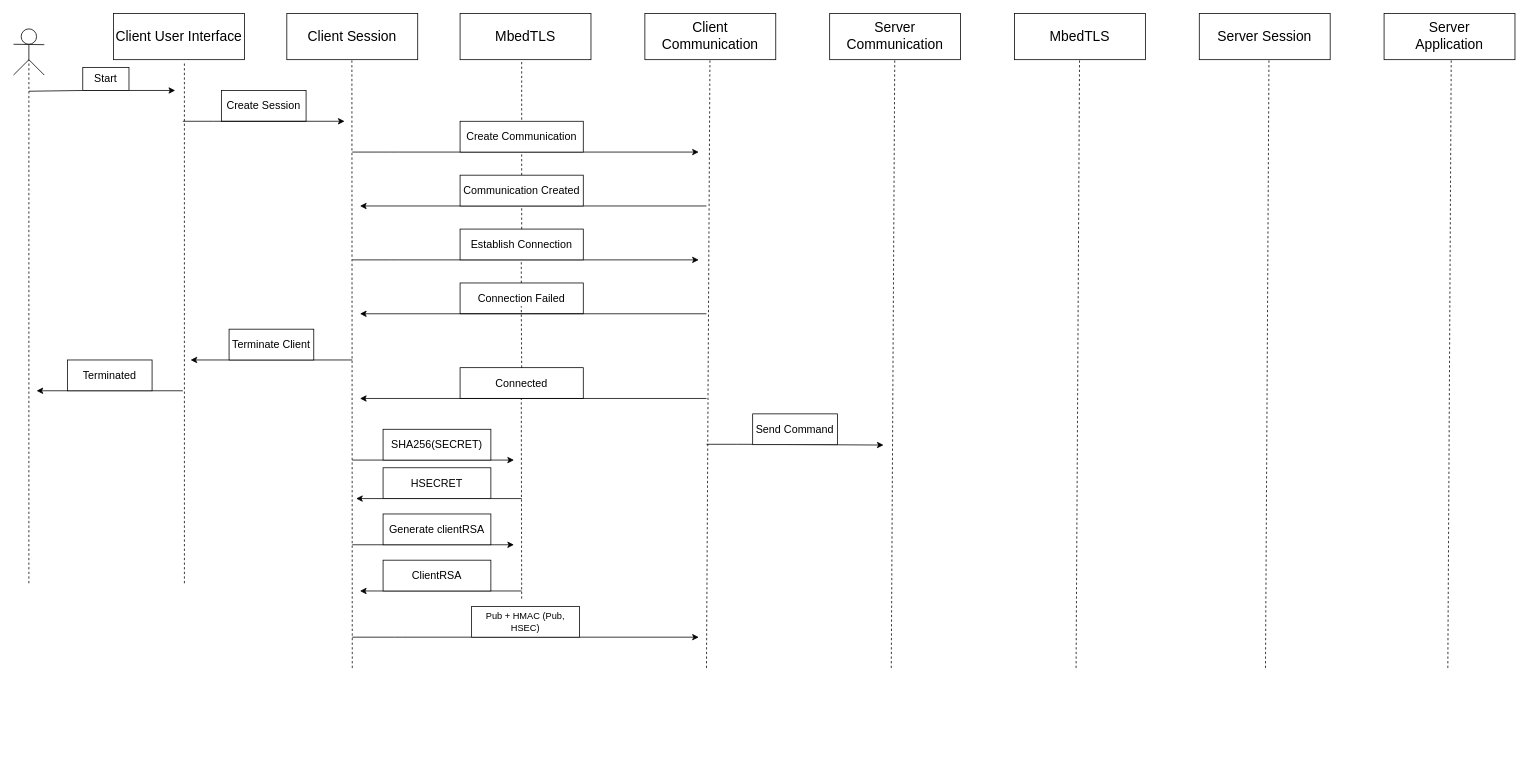
Earlier version of the draw.io diagram docs/sequence_diagram.drawio (Danielkarlsson91/Examination-project). Source tidied: cells renumbered, new cells numbered last; positions are measured from the earlier drawing's top-left corner, leaving out a move shared by most shapes. Both pictures are drawn from the tidied source at 77%, with x=0, y=0 at pixel (13, 13).
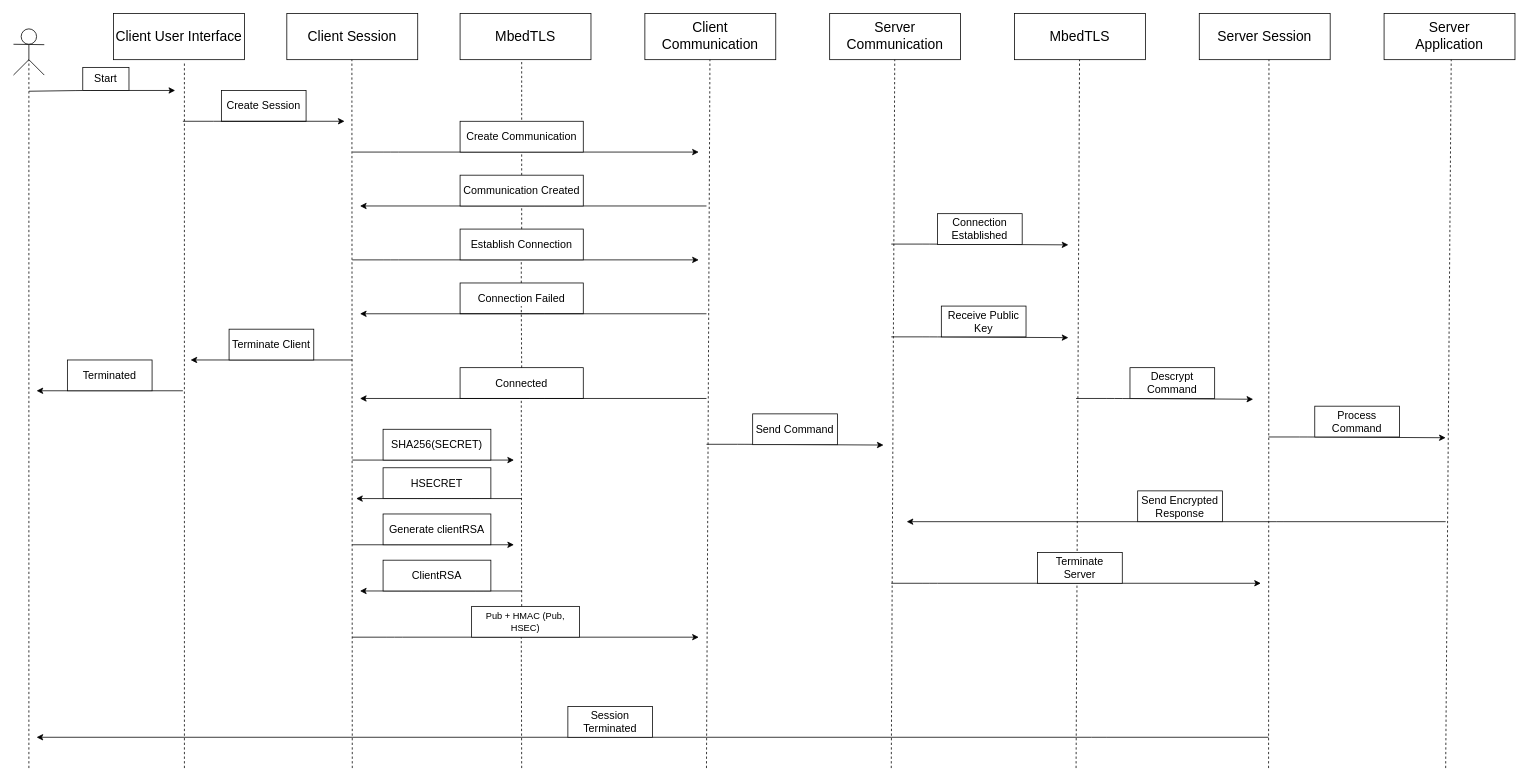
Above is the later version.

Commit message:
Another update with the diagram

Unchanged cells that the change refers to:
```xml
<mxCell id="3" value="&lt;font style=&quot;font-size: 18px;&quot;&gt;Client User Interface&lt;/font&gt;" style="whiteSpace=wrap;html=1;" parent="1" vertex="1">
  <mxGeometry x="130" width="170" height="60" as="geometry" />
</mxCell>
```

The edit, as a diff of the source:
```diff
@@
     <mxCell id="12" style="endArrow=none;dashed=1;html=1;rounded=1;fontSize=14;targetPerimeterSpacing=0;entryX=0.541;entryY=1.033;entryDx=0;entryDy=0;entryPerimeter=0;" parent="1" edge="1" target="3">
       <mxGeometry relative="1" as="geometry">
-        <mxPoint x="222" y="740" as="sourcePoint" />
+        <mxPoint x="222" y="980" as="sourcePoint" />
       </mxGeometry>
     </mxCell>
     <mxCell id="13" style="endArrow=none;dashed=1;html=1;rounded=1;fontSize=14;targetPerimeterSpacing=0;entryX=0.541;entryY=1.033;entryDx=0;entryDy=0;entryPerimeter=0;" parent="1" edge="1">
       <mxGeometry relative="1" as="geometry">
-        <mxPoint x="440" y="850" as="sourcePoint" />
+        <mxPoint x="440" y="980" as="sourcePoint" />
         <mxPoint x="439.5" y="60" as="targetPoint" />
       </mxGeometry>
     </mxCell>
@@
     <mxCell id="15" style="endArrow=none;dashed=1;html=1;rounded=1;fontSize=14;targetPerimeterSpacing=0;entryX=0.541;entryY=1.033;entryDx=0;entryDy=0;entryPerimeter=0;startArrow=none;" parent="1" edge="1">
       <mxGeometry relative="1" as="geometry">
-        <mxPoint x="900" y="850" as="sourcePoint" />
+        <mxPoint x="900" y="980" as="sourcePoint" />
         <mxPoint x="904.5" y="60" as="targetPoint" />
       </mxGeometry>
     </mxCell>
     <mxCell id="16" style="endArrow=none;dashed=1;html=1;rounded=1;fontSize=14;targetPerimeterSpacing=0;entryX=0.541;entryY=1.033;entryDx=0;entryDy=0;entryPerimeter=0;" parent="1" edge="1">
       <mxGeometry relative="1" as="geometry">
-        <mxPoint x="1140" y="850" as="sourcePoint" />
+        <mxPoint x="1140" y="980" as="sourcePoint" />
         <mxPoint x="1144.5" y="60" as="targetPoint" />
       </mxGeometry>
     </mxCell>
     <mxCell id="17" style="endArrow=none;dashed=1;html=1;rounded=1;fontSize=14;targetPerimeterSpacing=0;entryX=0.541;entryY=1.033;entryDx=0;entryDy=0;entryPerimeter=0;" parent="1" edge="1">
       <mxGeometry relative="1" as="geometry">
-        <mxPoint x="1380" y="850" as="sourcePoint" />
+        <mxPoint x="1380" y="980" as="sourcePoint" />
         <mxPoint x="1384.5" y="60" as="targetPoint" />
       </mxGeometry>
     </mxCell>
@@
     <mxCell id="20" style="endArrow=none;dashed=1;html=1;rounded=1;fontSize=14;targetPerimeterSpacing=0;entryX=0.541;entryY=1.033;entryDx=0;entryDy=0;entryPerimeter=0;" parent="1" edge="1">
       <mxGeometry relative="1" as="geometry">
-        <mxPoint x="20" y="740" as="sourcePoint" />
+        <mxPoint x="20" y="980" as="sourcePoint" />
         <mxPoint x="20" y="60" as="targetPoint" />
         <Array as="points">
           <mxPoint x="20" y="340" />
         </Array>
       </mxGeometry>
     </mxCell>
@@
     <mxCell id="51" style="endArrow=none;dashed=1;html=1;" parent="1" edge="1">
       <mxGeometry relative="1" as="geometry">
-        <mxPoint x="660" y="760" as="sourcePoint" />
+        <mxPoint x="660" y="770" as="sourcePoint" />
         <mxPoint x="659.5" y="500" as="targetPoint" />
       </mxGeometry>
     </mxCell>
@@
     <mxCell id="56" style="endArrow=none;dashed=1;html=1;rounded=1;fontSize=14;targetPerimeterSpacing=0;entryX=0.541;entryY=1.033;entryDx=0;entryDy=0;entryPerimeter=0;" parent="1" edge="1">
       <mxGeometry relative="1" as="geometry">
-        <mxPoint x="1626" y="850" as="sourcePoint" />
+        <mxPoint x="1630" y="980" as="sourcePoint" />
         <mxPoint x="1630.5" y="60" as="targetPoint" />
       </mxGeometry>
     </mxCell>
     <mxCell id="57" style="endArrow=none;dashed=1;html=1;rounded=1;fontSize=14;targetPerimeterSpacing=0;entryX=0.541;entryY=1.033;entryDx=0;entryDy=0;entryPerimeter=0;" parent="1" edge="1">
       <mxGeometry relative="1" as="geometry">
-        <mxPoint x="1862.8" y="850" as="sourcePoint" />
+        <mxPoint x="1860" y="980" as="sourcePoint" />
         <mxPoint x="1867.2" y="60" as="targetPoint" />
       </mxGeometry>
     </mxCell>
+    <mxCell id="58" style="edgeStyle=none;html=1;exitX=1;exitY=0.5;exitDx=0;exitDy=0;fontSize=14;" parent="1" edge="1">
+      <mxGeometry relative="1" as="geometry">
+        <mxPoint x="1630" y="550" as="sourcePoint" />
+        <mxPoint x="1860" y="551" as="targetPoint" />
+        <Array as="points">
+          <mxPoint x="1680" y="550" />
+        </Array>
+      </mxGeometry>
+    </mxCell>
+    <mxCell id="59" value="&lt;font style=&quot;font-size: 14px;&quot;&gt;Process Command&lt;/font&gt;" style="whiteSpace=wrap;html=1;" parent="1" vertex="1">
+      <mxGeometry x="1690" y="510" width="110" height="40" as="geometry" />
+    </mxCell>
+    <mxCell id="60" style="edgeStyle=none;html=1;exitX=1;exitY=0.5;exitDx=0;exitDy=0;fontSize=14;" parent="1" edge="1">
+      <mxGeometry relative="1" as="geometry">
+        <mxPoint x="1140" y="299.5" as="sourcePoint" />
+        <mxPoint x="1370" y="300.5" as="targetPoint" />
+        <Array as="points">
+          <mxPoint x="1190" y="299.5" />
+        </Array>
+      </mxGeometry>
+    </mxCell>
+    <mxCell id="61" value="&lt;font style=&quot;font-size: 14px;&quot;&gt;Connection Established&lt;/font&gt;" style="whiteSpace=wrap;html=1;" parent="1" vertex="1">
+      <mxGeometry x="1200" y="260" width="110" height="40" as="geometry" />
+    </mxCell>
+    <mxCell id="62" style="edgeStyle=none;html=1;exitX=1;exitY=0.5;exitDx=0;exitDy=0;fontSize=14;" parent="1" edge="1">
+      <mxGeometry relative="1" as="geometry">
+        <mxPoint x="1380" y="500" as="sourcePoint" />
+        <mxPoint x="1610" y="501" as="targetPoint" />
+        <Array as="points">
+          <mxPoint x="1430" y="500" />
+        </Array>
+      </mxGeometry>
+    </mxCell>
+    <mxCell id="63" value="&lt;font style=&quot;font-size: 14px;&quot;&gt;Descrypt Command&lt;/font&gt;" style="whiteSpace=wrap;html=1;" parent="1" vertex="1">
+      <mxGeometry x="1450" y="460" width="110" height="40" as="geometry" />
+    </mxCell>
+    <mxCell id="64" style="endArrow=classic;html=1;rounded=1;fontSize=14;targetPerimeterSpacing=0;" parent="1" edge="1">
+      <mxGeometry relative="1" as="geometry">
+        <mxPoint x="1860" y="660" as="sourcePoint" />
+        <mxPoint x="1160" y="660" as="targetPoint" />
+        <Array as="points">
+          <mxPoint x="1640" y="660" />
+        </Array>
+      </mxGeometry>
+    </mxCell>
+    <mxCell id="65" value="&lt;font style=&quot;font-size: 14px;&quot;&gt;Send Encrypted Response&lt;/font&gt;" style="whiteSpace=wrap;html=1;" parent="1" vertex="1">
+      <mxGeometry x="1460" y="620" width="110" height="40" as="geometry" />
+    </mxCell>
+    <mxCell id="66" style="edgeStyle=none;html=1;exitX=1;exitY=0.5;exitDx=0;exitDy=0;fontSize=14;" parent="1" edge="1">
+      <mxGeometry relative="1" as="geometry">
+        <mxPoint x="1140" y="740" as="sourcePoint" />
+        <mxPoint x="1620" y="740" as="targetPoint" />
+        <Array as="points">
+          <mxPoint x="1190" y="740" />
+        </Array>
+      </mxGeometry>
+    </mxCell>
+    <mxCell id="67" value="&lt;font style=&quot;font-size: 14px;&quot;&gt;Terminate &lt;br&gt;Server&lt;/font&gt;" style="whiteSpace=wrap;html=1;" parent="1" vertex="1">
+      <mxGeometry x="1330" y="700" width="110" height="40" as="geometry" />
+    </mxCell>
+    <mxCell id="68" style="endArrow=none;dashed=1;html=1;" parent="1" edge="1">
+      <mxGeometry relative="1" as="geometry">
+        <mxPoint x="660" y="980" as="sourcePoint" />
+        <mxPoint x="659.5" y="810" as="targetPoint" />
+      </mxGeometry>
+    </mxCell>
+    <mxCell id="69" style="edgeStyle=none;html=1;exitX=1;exitY=0.5;exitDx=0;exitDy=0;fontSize=14;" parent="1" edge="1">
+      <mxGeometry relative="1" as="geometry">
+        <mxPoint x="1140" y="420" as="sourcePoint" />
+        <mxPoint x="1370" y="421" as="targetPoint" />
+        <Array as="points">
+          <mxPoint x="1190" y="420" />
+        </Array>
+      </mxGeometry>
+    </mxCell>
+    <mxCell id="70" value="&lt;font style=&quot;font-size: 14px;&quot;&gt;Receive Public Key&lt;/font&gt;" style="whiteSpace=wrap;html=1;" parent="1" vertex="1">
+      <mxGeometry x="1205" y="380" width="110" height="40" as="geometry" />
+    </mxCell>
+    <mxCell id="71" style="endArrow=classic;html=1;rounded=1;fontSize=14;targetPerimeterSpacing=0;" parent="1" edge="1">
+      <mxGeometry relative="1" as="geometry">
+        <mxPoint x="1630" y="940" as="sourcePoint" />
+        <mxPoint x="30" y="940" as="targetPoint" />
+        <Array as="points">
+          <mxPoint x="1410" y="940" />
+        </Array>
+      </mxGeometry>
+    </mxCell>
+    <mxCell id="72" value="&lt;span style=&quot;font-size: 14px;&quot;&gt;Session Terminated&lt;/span&gt;" style="whiteSpace=wrap;html=1;" parent="1" vertex="1">
+      <mxGeometry x="720" y="900" width="110" height="40" as="geometry" />
+    </mxCell>
```
